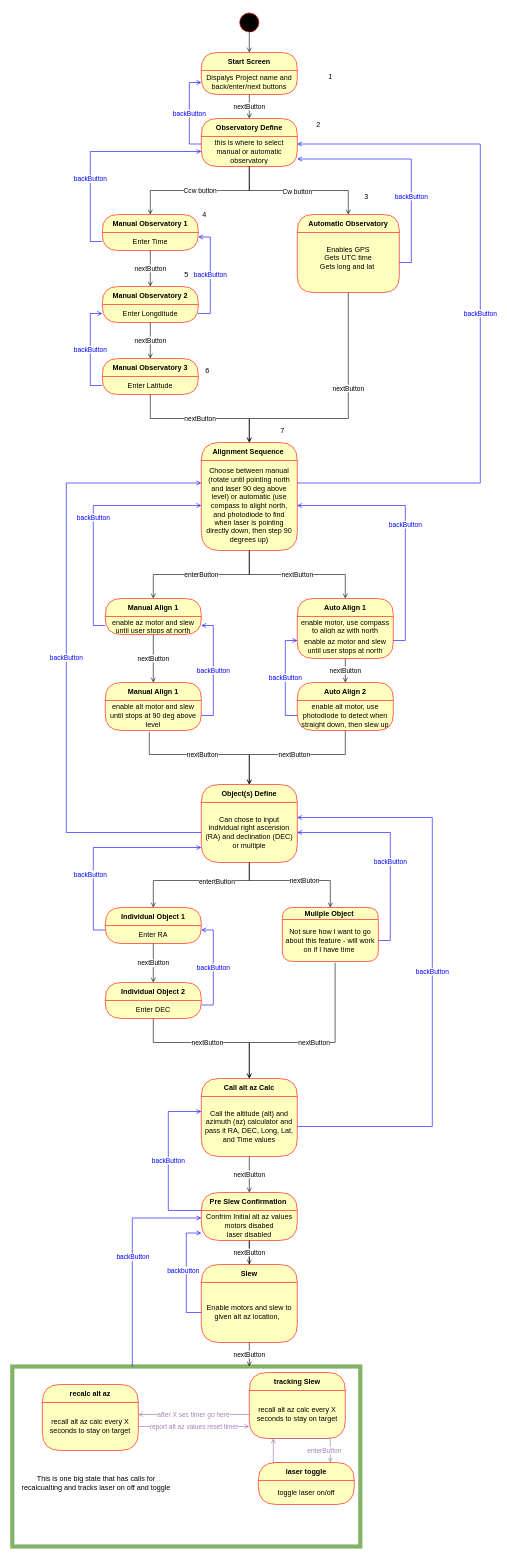
rhit-salakbw/ME430 keeps this draw.io diagram as finalProject/fsmBrainstorm.drawio. Above is the earlier version. Source tidied: cells renumbered, new cells numbered last; positions are measured from the earlier drawing's top-left corner, leaving out a move shared by most shapes. Both pictures are drawn from the tidied source at 60%, with x=0, y=0 at pixel (12, 10).
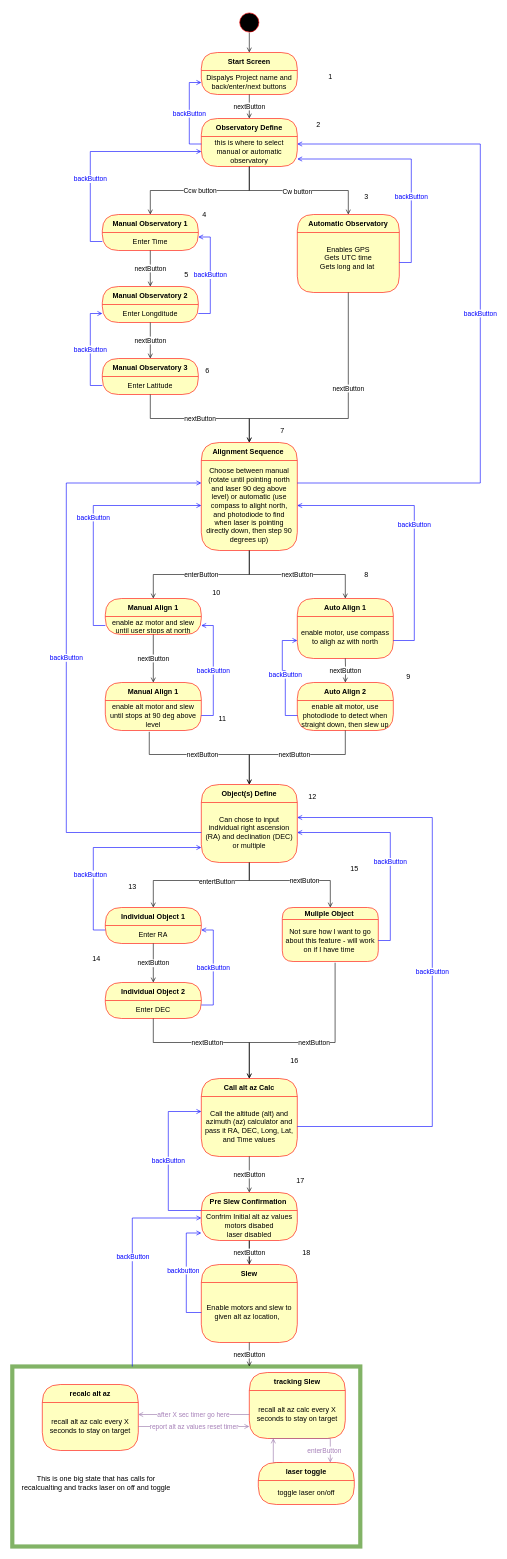
After the change.

Unchanged cells that the change refers to:
```xml
<mxCell id="38" value="Choose between manual (rotate until pointing north and laser 90 deg above level) or automatic (use compass to alight north, and photodiode to find when laser is pointing directly down, then step 90 degrees up)" style="text;html=1;strokeColor=none;fillColor=none;align=center;verticalAlign=middle;spacingLeft=4;spacingRight=4;whiteSpace=wrap;overflow=hidden;fontColor=#000000;" parent="37" vertex="1">
  <mxGeometry y="30" width="160" height="150" as="geometry" />
</mxCell>
<mxCell id="61" value="Auto Align 1" style="swimlane;fontStyle=1;align=center;verticalAlign=middle;horizontal=1;startSize=30;fontColor=#000000;rounded=1;arcSize=30;strokeColor=#ff0000;fillColor=#ffffc0;swimlaneFillColor=#ffffc0;" parent="1" vertex="1">
  <mxGeometry x="475" y="980" width="160" height="100" as="geometry" />
</mxCell>
<mxCell id="64" value="Auto Align 2" style="swimlane;fontStyle=1;align=center;verticalAlign=middle;horizontal=1;startSize=30;fontColor=#000000;rounded=1;arcSize=30;strokeColor=#ff0000;fillColor=#ffffc0;swimlaneFillColor=#ffffc0;" parent="1" vertex="1">
  <mxGeometry x="475" y="1120" width="160" height="80" as="geometry" />
</mxCell>
<mxCell id="65" value="enable alt motor, use photodiode to detect when straight down, then slew up" style="text;html=1;strokeColor=none;fillColor=none;align=center;verticalAlign=middle;spacingLeft=4;spacingRight=4;whiteSpace=wrap;overflow=hidden;fontColor=#000000;" parent="64" vertex="1">
  <mxGeometry y="30" width="160" height="50" as="geometry" />
</mxCell>
```

What changed in the source:
```diff
@@
     <mxCell id="62" value="enable motor, use compass to aligh az with north" style="text;html=1;strokeColor=none;fillColor=none;align=center;verticalAlign=middle;spacingLeft=4;spacingRight=4;whiteSpace=wrap;overflow=hidden;fontColor=#000000;" parent="61" vertex="1">
-      <mxGeometry y="30" width="160" height="30" as="geometry" />
+      <mxGeometry y="30" width="160" height="70" as="geometry" />
     </mxCell>
-    <mxCell id="63" value="enable az motor and slew until user stops at north" style="text;html=1;strokeColor=none;fillColor=none;align=center;verticalAlign=middle;spacingLeft=4;spacingRight=4;whiteSpace=wrap;overflow=hidden;fontColor=#000000;" parent="61" vertex="1">
-      <mxGeometry y="60" width="160" height="40" as="geometry" />
-    </mxCell>
@@
-    <mxCell id="66" value="nextButton" style="edgeStyle=orthogonalEdgeStyle;rounded=0;jettySize=auto;html=1;exitX=0.5;exitY=1;exitDx=0;exitDy=0;startArrow=none;startFill=0;endArrow=open;endFill=0;" parent="1" edge="1" source="63" target="64">
-      <mxGeometry relative="1" as="geometry" />
+    <mxCell id="66" value="nextButton" style="edgeStyle=orthogonalEdgeStyle;rounded=0;jettySize=auto;html=1;exitX=0.5;exitY=1;exitDx=0;exitDy=0;startArrow=none;startFill=0;endArrow=open;endFill=0;" parent="1" edge="1" target="64">
+      <mxGeometry relative="1" as="geometry">
+        <mxPoint x="555" y="1080" as="sourcePoint" />
+      </mxGeometry>
     </mxCell>
@@
-    <mxCell id="82" value="backButton" style="edgeStyle=orthogonalEdgeStyle;rounded=0;jettySize=auto;html=1;exitX=0;exitY=0.5;exitDx=0;exitDy=0;entryX=0;entryY=0.25;entryDx=0;entryDy=0;labelBackgroundColor=default;fontColor=#0000FF;startArrow=none;startFill=0;endArrow=open;endFill=0;strokeColor=#0000FF;" parent="1" edge="1" source="65" target="63">
-      <mxGeometry relative="1" as="geometry" />
+    <mxCell id="82" value="backButton" style="edgeStyle=orthogonalEdgeStyle;rounded=0;jettySize=auto;html=1;exitX=0;exitY=0.5;exitDx=0;exitDy=0;entryX=0;entryY=0.25;entryDx=0;entryDy=0;labelBackgroundColor=default;fontColor=#0000FF;startArrow=none;startFill=0;endArrow=open;endFill=0;strokeColor=#0000FF;" parent="1" edge="1" source="65">
+      <mxGeometry relative="1" as="geometry">
+        <mxPoint x="475" y="1050" as="targetPoint" />
+        <Array as="points">
+          <mxPoint x="455" y="1175" />
+          <mxPoint x="455" y="1100" />
+          <mxPoint x="450" y="1100" />
+          <mxPoint x="450" y="1050" />
+        </Array>
+      </mxGeometry>
     </mxCell>
-    <mxCell id="83" value="backButton" style="edgeStyle=orthogonalEdgeStyle;rounded=0;jettySize=auto;html=1;exitX=1;exitY=0.25;exitDx=0;exitDy=0;labelBackgroundColor=default;fontColor=#0000FF;startArrow=none;startFill=0;endArrow=open;endFill=0;strokeColor=#0000FF;entryX=1;entryY=0.5;entryDx=0;entryDy=0;" parent="1" edge="1" source="63" target="38">
-      <mxGeometry relative="1" as="geometry" />
+    <mxCell id="83" value="backButton" style="edgeStyle=orthogonalEdgeStyle;rounded=0;jettySize=auto;html=1;exitX=1;exitY=0.25;exitDx=0;exitDy=0;labelBackgroundColor=default;fontColor=#0000FF;startArrow=none;startFill=0;endArrow=open;endFill=0;strokeColor=#0000FF;entryX=1;entryY=0.5;entryDx=0;entryDy=0;" parent="1" edge="1" target="38">
+      <mxGeometry relative="1" as="geometry">
+        <mxPoint x="635" y="1050" as="sourcePoint" />
+        <Array as="points">
+          <mxPoint x="670" y="1050" />
+          <mxPoint x="670" y="825" />
+        </Array>
+      </mxGeometry>
     </mxCell>
@@
+    <mxCell id="105" value="8" style="text;html=1;align=center;verticalAlign=middle;strokeColor=none;fillColor=none;" parent="1" vertex="1">
+      <mxGeometry x="580" y="930" width="20" height="20" as="geometry" />
+    </mxCell>
+    <mxCell id="106" value="9" style="text;html=1;align=center;verticalAlign=middle;strokeColor=none;fillColor=none;" parent="1" vertex="1">
+      <mxGeometry x="650" y="1100" width="20" height="20" as="geometry" />
+    </mxCell>
+    <mxCell id="107" value="10" style="text;html=1;align=center;verticalAlign=middle;strokeColor=none;fillColor=none;" parent="1" vertex="1">
+      <mxGeometry x="325" y="960" width="30" height="20" as="geometry" />
+    </mxCell>
+    <mxCell id="108" value="11" style="text;html=1;align=center;verticalAlign=middle;strokeColor=none;fillColor=none;" parent="1" vertex="1">
+      <mxGeometry x="335" y="1170" width="30" height="20" as="geometry" />
+    </mxCell>
+    <mxCell id="109" value="12" style="text;html=1;align=center;verticalAlign=middle;strokeColor=none;fillColor=none;" parent="1" vertex="1">
+      <mxGeometry x="485" y="1300" width="30" height="20" as="geometry" />
+    </mxCell>
+    <mxCell id="110" value="13" style="text;html=1;align=center;verticalAlign=middle;strokeColor=none;fillColor=none;" parent="1" vertex="1">
+      <mxGeometry x="185" y="1450" width="30" height="20" as="geometry" />
+    </mxCell>
+    <mxCell id="111" value="14" style="text;html=1;align=center;verticalAlign=middle;strokeColor=none;fillColor=none;" parent="1" vertex="1">
+      <mxGeometry x="125" y="1570" width="30" height="20" as="geometry" />
+    </mxCell>
+    <mxCell id="112" value="15" style="text;html=1;align=center;verticalAlign=middle;strokeColor=none;fillColor=none;" parent="1" vertex="1">
+      <mxGeometry x="555" y="1420" width="30" height="20" as="geometry" />
+    </mxCell>
+    <mxCell id="113" value="16" style="text;html=1;align=center;verticalAlign=middle;strokeColor=none;fillColor=none;" parent="1" vertex="1">
+      <mxGeometry x="455" y="1740" width="30" height="20" as="geometry" />
+    </mxCell>
+    <mxCell id="114" value="17" style="text;html=1;align=center;verticalAlign=middle;strokeColor=none;fillColor=none;" parent="1" vertex="1">
+      <mxGeometry x="465" y="1940" width="30" height="20" as="geometry" />
+    </mxCell>
+    <mxCell id="115" value="18" style="text;html=1;align=center;verticalAlign=middle;strokeColor=none;fillColor=none;" parent="1" vertex="1">
+      <mxGeometry x="475" y="2060" width="30" height="20" as="geometry" />
+    </mxCell>
```
